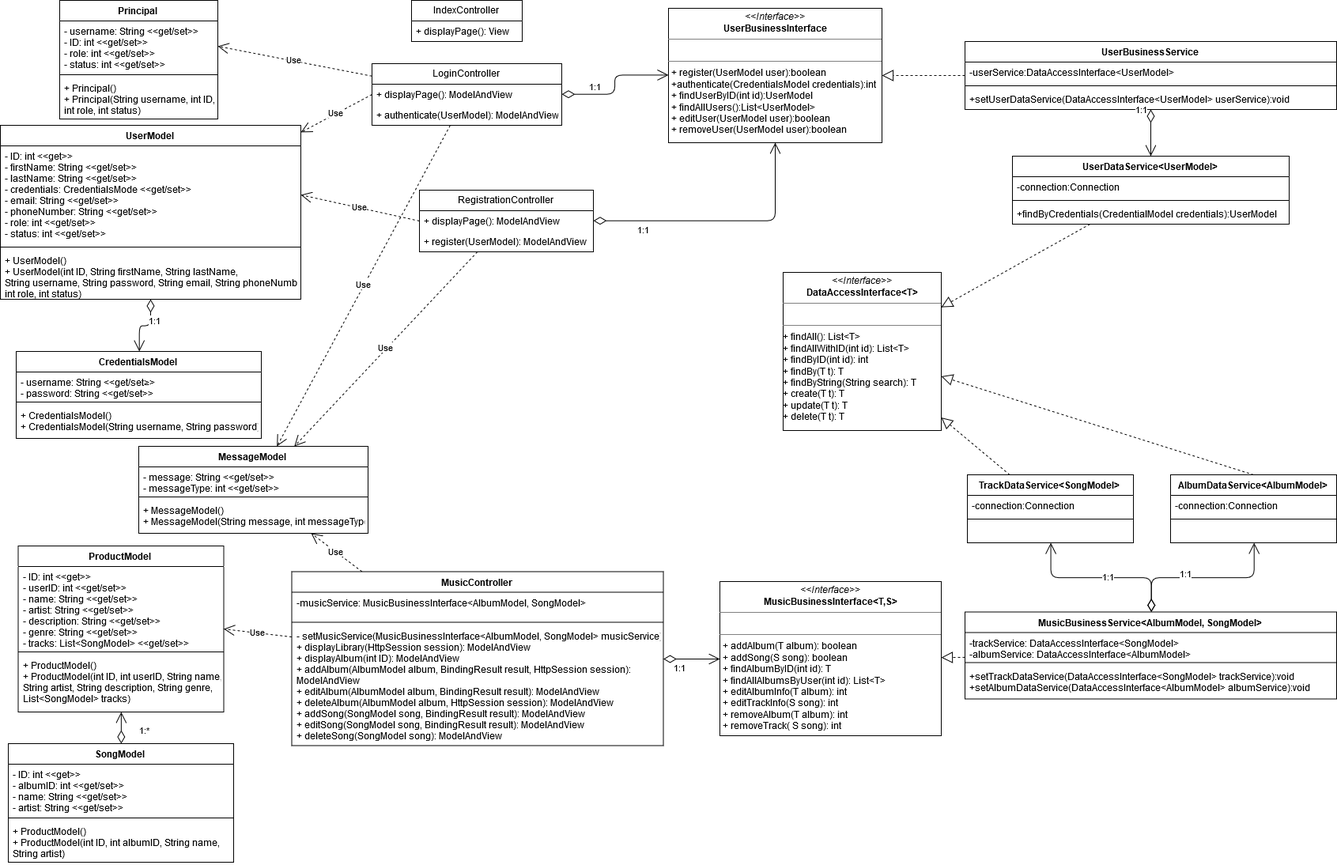
Before: Documentation/UMLs/uml.png, a diagram exported from draw.io (BradyBerner/SpringCLC). Source tidied: cells renumbered, new cells last; positions are measured from the earlier drawing's top-left corner, leaving out a move shared by most shapes.
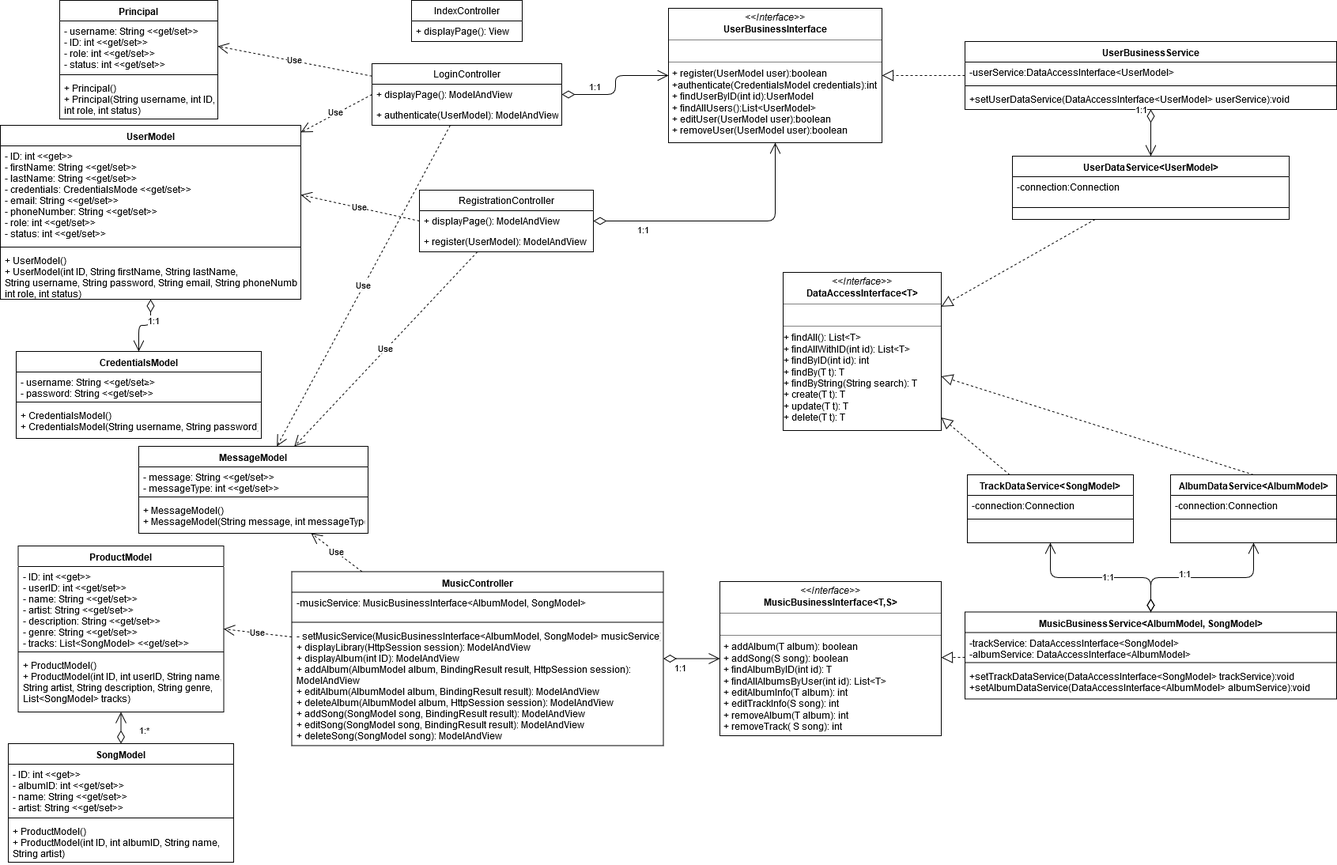
Later version of the same file.

The edit, as a diff of the source:
```diff
@@ -123,17 +123,14 @@
       <mxGeometry relative="1" as="geometry" />
     </mxCell>
     <mxCell id="42" value="UserDataService&lt;UserModel&gt;" style="swimlane;fontStyle=1;align=center;verticalAlign=top;horizontal=1;startSize=26;" parent="1" vertex="1">
-      <mxGeometry x="1280" y="197" width="350" height="86" as="geometry" />
+      <mxGeometry x="1280" y="197" width="350" height="80" as="geometry" />
     </mxCell>
     <mxCell id="43" value="-connection:Connection" style="text;strokeColor=none;fillColor=none;align=left;verticalAlign=top;spacingLeft=4;spacingRight=4;overflow=hidden;" parent="42" vertex="1">
-      <mxGeometry y="26" width="350" height="26" as="geometry" />
+      <mxGeometry y="26" width="350" height="24" as="geometry" />
     </mxCell>
     <mxCell id="44" style="line;strokeWidth=1;fillColor=none;align=left;verticalAlign=middle;spacingTop=-1;spacingLeft=3;spacingRight=3;labelPosition=right;" parent="42" vertex="1">
-      <mxGeometry y="52" width="350" height="8" as="geometry" />
+      <mxGeometry y="50" width="350" height="30" as="geometry" />
     </mxCell>
-    <mxCell id="45" value="+findByCredentials(CredentialModel credentials):UserModel" style="text;strokeColor=none;fillColor=none;align=left;verticalAlign=top;spacingLeft=4;spacingRight=4;overflow=hidden;" parent="42" vertex="1">
-      <mxGeometry y="60" width="350" height="26" as="geometry" />
-    </mxCell>
     <mxCell id="46" value="AlbumDataService&lt;AlbumModel&gt;" style="swimlane;fontStyle=1;align=center;verticalAlign=top;horizontal=1;startSize=26;" parent="1" vertex="1">
       <mxGeometry x="1480" y="600" width="210" height="86" as="geometry" />
     </mxCell>
```
